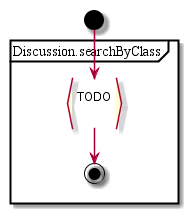
The PlantUML diagram test2/diagrams/Discussion.GET.searchClassDiscussions.png in MaxXx1313/testwiki, before a commit. Source of this version:
```plantuml
@startuml
start
partition Discussion.searchByClass {
:TODO
}
stop
@enduml
```
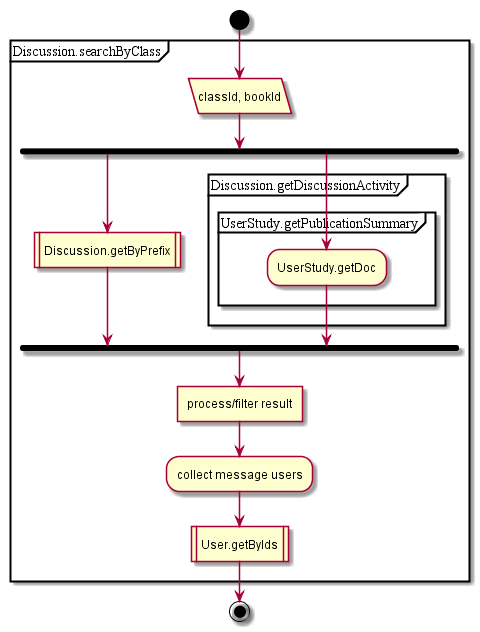
After the change.

What changed in the source:
```diff
@@ -1,7 +1,19 @@
 @startuml
 start
 partition Discussion.searchByClass {
-:TODO
+:classId, bookId/
+fork
+:Discussion.getByPrefix|
+fork again
+partition Discussion.getDiscussionActivity {
+partition UserStudy.getPublicationSummary {
+:UserStudy.getDoc;
+}
+}
+endfork
+:process/filter result]
+:collect message users;
+:User.getByIds|
 }
 stop
 @enduml
```
